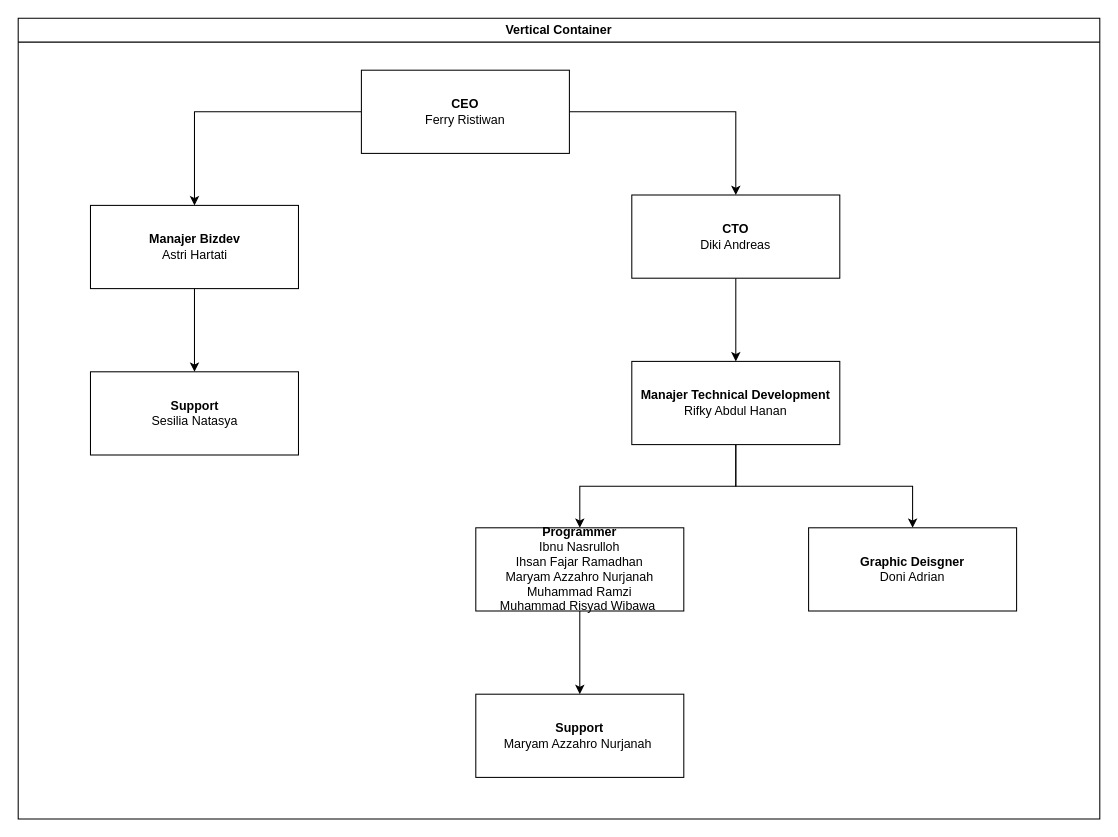
This is Untitled Diagram.drawio from lilin-blip/lilin-blip, a draw.io file, before an edit. Source tidied: cells renumbered, new cells numbered last; positions are measured from the earlier drawing's top-left corner, leaving out a move shared by most shapes. Both pictures are drawn from the tidied source at 104%, with x=0, y=0 at pixel (18, 18).
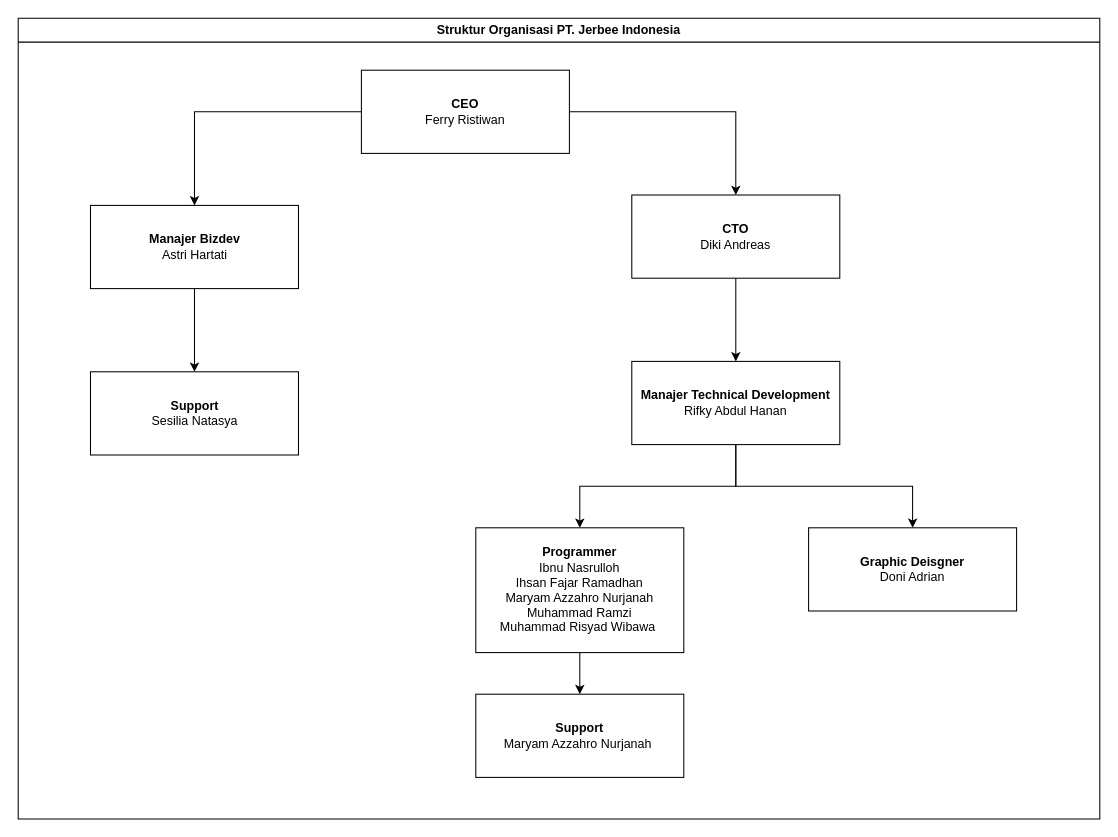
Above is the later version.

What changed in the source:
```diff
@@
 <mxGraphModel>
   <root>
     <mxCell id="0" />
     <mxCell id="1" parent="0" />
-    <mxCell id="2" value="Vertical Container" style="swimlane;whiteSpace=wrap;html=1;" parent="1" vertex="1">
+    <mxCell id="2" value="Struktur Organisasi PT. Jerbee Indonesia" style="swimlane;whiteSpace=wrap;html=1;swimlaneFillColor=#FFFFFF;" parent="1" vertex="1">
       <mxGeometry width="1040" height="770" as="geometry" />
     </mxCell>
     <mxCell id="3" style="edgeStyle=orthogonalEdgeStyle;rounded=0;jettySize=auto;html=1;" parent="2" edge="1" source="5" target="7">
       <mxGeometry relative="1" as="geometry" />
     </mxCell>
     <mxCell id="4" style="edgeStyle=orthogonalEdgeStyle;rounded=0;jettySize=auto;html=1;" parent="2" edge="1" source="5" target="10">
       <mxGeometry relative="1" as="geometry" />
     </mxCell>
     <mxCell id="5" value="&lt;b&gt;CEO&lt;/b&gt;&lt;div&gt;Ferry Ristiwan&lt;/div&gt;" style="rounded=0;whiteSpace=wrap;html=1;" parent="2" vertex="1">
       <mxGeometry x="330" y="50" width="200" height="80" as="geometry" />
     </mxCell>
     <mxCell id="6" style="edgeStyle=orthogonalEdgeStyle;rounded=0;jettySize=auto;html=1;" parent="2" edge="1" source="7" target="8">
       <mxGeometry relative="1" as="geometry" />
     </mxCell>
     <mxCell id="7" value="&lt;b&gt;Manajer Bizdev&lt;/b&gt;&lt;div&gt;Astri Hartati&lt;/div&gt;" style="rounded=0;whiteSpace=wrap;html=1;" parent="2" vertex="1">
       <mxGeometry x="69.5" y="180" width="200" height="80" as="geometry" />
     </mxCell>
     <mxCell id="8" value="&lt;b&gt;Support&lt;/b&gt;&lt;div&gt;Sesilia Natasya&lt;/div&gt;" style="rounded=0;whiteSpace=wrap;html=1;" parent="2" vertex="1">
       <mxGeometry x="69.5" y="340" width="200" height="80" as="geometry" />
     </mxCell>
     <mxCell id="9" style="edgeStyle=orthogonalEdgeStyle;rounded=0;jettySize=auto;html=1;" parent="2" edge="1" source="10" target="13">
       <mxGeometry relative="1" as="geometry" />
     </mxCell>
     <mxCell id="10" value="&lt;b&gt;CTO&lt;/b&gt;&lt;div&gt;Diki Andreas&lt;/div&gt;" style="rounded=0;whiteSpace=wrap;html=1;" parent="2" vertex="1">
       <mxGeometry x="590" y="170" width="200" height="80" as="geometry" />
     </mxCell>
     <mxCell id="11" style="edgeStyle=orthogonalEdgeStyle;rounded=0;jettySize=auto;html=1;" parent="2" edge="1" source="13" target="15">
       <mxGeometry relative="1" as="geometry" />
     </mxCell>
     <mxCell id="12" style="edgeStyle=orthogonalEdgeStyle;rounded=0;jettySize=auto;html=1;" parent="2" edge="1" source="13" target="16">
       <mxGeometry relative="1" as="geometry" />
     </mxCell>
     <mxCell id="13" value="&lt;b&gt;Manajer Technical Development&lt;/b&gt;&lt;div&gt;Rifky Abdul Hanan&lt;/div&gt;" style="rounded=0;whiteSpace=wrap;html=1;" parent="2" vertex="1">
       <mxGeometry x="590" y="330" width="200" height="80" as="geometry" />
     </mxCell>
     <mxCell id="14" style="edgeStyle=orthogonalEdgeStyle;rounded=0;jettySize=auto;html=1;" parent="2" edge="1" source="15" target="17">
       <mxGeometry relative="1" as="geometry" />
     </mxCell>
     <mxCell id="15" value="&lt;b&gt;Programmer&lt;/b&gt;&lt;div&gt;Ibnu Nasrulloh&lt;/div&gt;&lt;div&gt;Ihsan Fajar Ramadhan&lt;/div&gt;&lt;div&gt;Maryam Azzahro Nurjanah&lt;/div&gt;&lt;div&gt;Muhammad Ramzi&lt;/div&gt;&lt;div&gt;Muhammad Risyad Wibawa&amp;nbsp;&lt;/div&gt;" style="rounded=0;whiteSpace=wrap;html=1;" parent="2" vertex="1">
-      <mxGeometry x="440" y="490" width="200" height="80" as="geometry" />
+      <mxGeometry x="440" y="490" width="200" height="120" as="geometry" />
     </mxCell>
     <mxCell id="16" value="&lt;b&gt;Graphic Deisgner&lt;/b&gt;&lt;div&gt;Doni Adrian&lt;/div&gt;" style="rounded=0;whiteSpace=wrap;html=1;" parent="2" vertex="1">
       <mxGeometry x="760" y="490" width="200" height="80" as="geometry" />
     </mxCell>
     <mxCell id="17" value="&lt;b&gt;Support&lt;/b&gt;&lt;div&gt;&lt;span style=&quot;background-color: transparent; color: light-dark(rgb(0, 0, 0), rgb(255, 255, 255));&quot;&gt;Maryam Azzahro Nurjanah&amp;nbsp;&lt;/span&gt;&lt;/div&gt;" style="rounded=0;whiteSpace=wrap;html=1;" parent="2" vertex="1">
       <mxGeometry x="440" y="650" width="200" height="80" as="geometry" />
     </mxCell>
   </root>
 </mxGraphModel>
```
